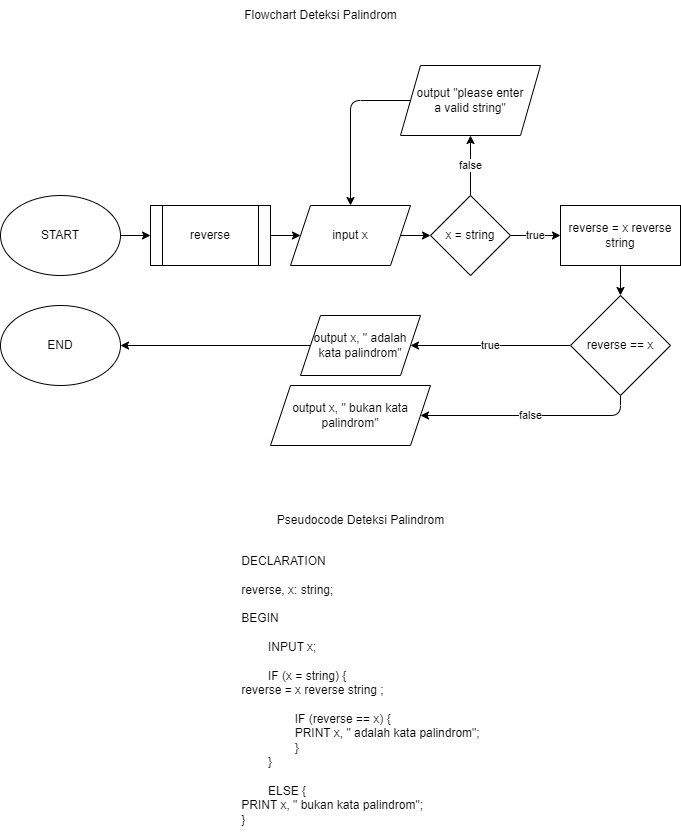
patih1/fwg17-computer-science keeps this draw.io diagram as 6-deteksi palindrom.png. Above is the earlier version. Source tidied: cells renumbered, new cells last; positions are measured from the earlier drawing's top-left corner, leaving out a move shared by most shapes.
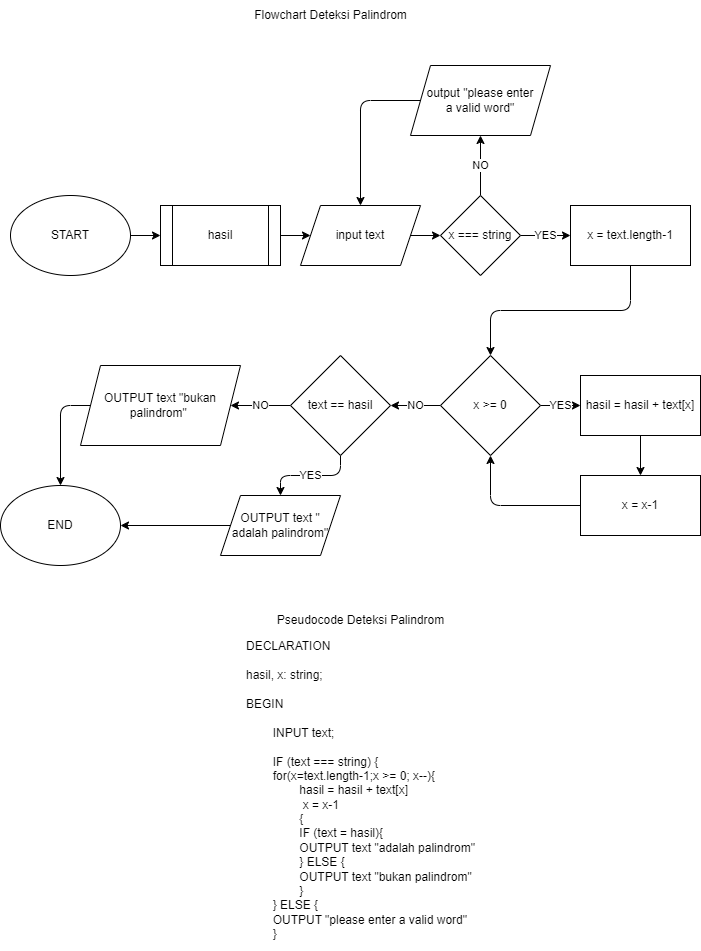
Above is the later version.

Diff of the diagram source:
```diff
@@ -11,28 +11,28 @@
     <mxCell id="4" style="edgeStyle=none;html=1;" parent="1" edge="1" source="5" target="7">
       <mxGeometry relative="1" as="geometry" />
     </mxCell>
-    <mxCell id="5" value="reverse" style="shape=process;whiteSpace=wrap;html=1;backgroundOutline=1;" parent="1" vertex="1">
+    <mxCell id="5" value="hasil" style="shape=process;whiteSpace=wrap;html=1;backgroundOutline=1;" parent="1" vertex="1">
       <mxGeometry x="150" y="205" width="120" height="60" as="geometry" />
     </mxCell>
     <mxCell id="6" style="edgeStyle=none;html=1;" parent="1" edge="1" source="7" target="10">
       <mxGeometry relative="1" as="geometry" />
     </mxCell>
-    <mxCell id="7" value="input x" style="shape=parallelogram;perimeter=parallelogramPerimeter;whiteSpace=wrap;html=1;fixedSize=1;" parent="1" vertex="1">
+    <mxCell id="7" value="input text" style="shape=parallelogram;perimeter=parallelogramPerimeter;whiteSpace=wrap;html=1;fixedSize=1;" parent="1" vertex="1">
       <mxGeometry x="290" y="205" width="120" height="60" as="geometry" />
     </mxCell>
-    <mxCell id="8" value="true" style="edgeStyle=none;html=1;" parent="1" edge="1" source="10" target="12">
+    <mxCell id="8" value="YES" style="edgeStyle=none;html=1;" parent="1" edge="1" source="10" target="12">
       <mxGeometry relative="1" as="geometry" />
     </mxCell>
-    <mxCell id="9" value="false" style="edgeStyle=none;html=1;" parent="1" edge="1" source="10" target="14">
+    <mxCell id="9" value="NO" style="edgeStyle=none;html=1;" parent="1" edge="1" source="10" target="14">
       <mxGeometry relative="1" as="geometry" />
     </mxCell>
-    <mxCell id="10" value="x = string" style="rhombus;whiteSpace=wrap;html=1;" parent="1" vertex="1">
+    <mxCell id="10" value="x === string" style="rhombus;whiteSpace=wrap;html=1;" parent="1" vertex="1">
       <mxGeometry x="430" y="195" width="80" height="80" as="geometry" />
     </mxCell>
-    <mxCell id="11" style="edgeStyle=none;html=1;" parent="1" edge="1" source="12" target="17">
+    <mxCell id="11" style="edgeStyle=orthogonalEdgeStyle;html=1;exitX=0.5;exitY=1;exitDx=0;exitDy=0;entryX=0.5;entryY=0;entryDx=0;entryDy=0;" parent="1" edge="1" source="12" target="17">
       <mxGeometry relative="1" as="geometry" />
     </mxCell>
-    <mxCell id="12" value="reverse = x reverse string" style="whiteSpace=wrap;html=1;" parent="1" vertex="1">
+    <mxCell id="12" value="x = text.length-1" style="whiteSpace=wrap;html=1;" parent="1" vertex="1">
       <mxGeometry x="560" y="205" width="120" height="60" as="geometry" />
     </mxCell>
     <mxCell id="13" style="edgeStyle=none;html=1;exitX=0;exitY=0.5;exitDx=0;exitDy=0;entryX=0.5;entryY=0;entryDx=0;entryDy=0;" parent="1" edge="1" source="14" target="7">
@@ -42,42 +42,66 @@
         </Array>
       </mxGeometry>
     </mxCell>
-    <mxCell id="14" value="output &quot;please enter&lt;br&gt;a valid string&quot;" style="shape=parallelogram;perimeter=parallelogramPerimeter;whiteSpace=wrap;html=1;fixedSize=1;" parent="1" vertex="1">
+    <mxCell id="14" value="output &quot;please enter&lt;br&gt;a valid word&quot;" style="shape=parallelogram;perimeter=parallelogramPerimeter;whiteSpace=wrap;html=1;fixedSize=1;" parent="1" vertex="1">
       <mxGeometry x="400" y="65" width="140" height="70" as="geometry" />
     </mxCell>
-    <mxCell id="15" value="true" style="edgeStyle=none;html=1;" parent="1" edge="1" source="17" target="19">
-      <mxGeometry relative="1" as="geometry" />
-    </mxCell>
-    <mxCell id="16" value="false" style="edgeStyle=none;html=1;exitX=0.5;exitY=1;exitDx=0;exitDy=0;entryX=1;entryY=0.5;entryDx=0;entryDy=0;" parent="1" edge="1" source="17" target="21">
-      <mxGeometry relative="1" as="geometry">
-        <Array as="points">
-          <mxPoint x="620" y="415" />
-        </Array>
-      </mxGeometry>
-    </mxCell>
+    <mxCell id="25" value="YES" style="edgeStyle=orthogonalEdgeStyle;html=1;" parent="1" edge="1" source="17" target="28">
+      <mxGeometry relative="1" as="geometry" />
+    </mxCell>
+    <mxCell id="26" value="NO" style="edgeStyle=orthogonalEdgeStyle;html=1;" parent="1" edge="1" source="17" target="33">
+      <mxGeometry relative="1" as="geometry" />
+    </mxCell>
-    <mxCell id="17" value="reverse == x" style="rhombus;whiteSpace=wrap;html=1;" parent="1" vertex="1">
-      <mxGeometry x="570" y="295" width="100" height="100" as="geometry" />
+    <mxCell id="17" value="x &amp;gt;= 0" style="rhombus;whiteSpace=wrap;html=1;" parent="1" vertex="1">
+      <mxGeometry x="430" y="355" width="100" height="100" as="geometry" />
     </mxCell>
-    <mxCell id="18" style="edgeStyle=none;html=1;exitX=0;exitY=0.5;exitDx=0;exitDy=0;entryX=1;entryY=0.5;entryDx=0;entryDy=0;" parent="1" edge="1" source="19" target="20">
-      <mxGeometry relative="1" as="geometry" />
-    </mxCell>
-    <mxCell id="19" value="output x, &quot; adalah kata palindrom&quot;" style="shape=parallelogram;perimeter=parallelogramPerimeter;whiteSpace=wrap;html=1;fixedSize=1;" parent="1" vertex="1">
-      <mxGeometry x="300" y="315" width="120" height="60" as="geometry" />
-    </mxCell>
     <mxCell id="20" value="END" style="ellipse;whiteSpace=wrap;html=1;" parent="1" vertex="1">
-      <mxGeometry y="305" width="120" height="80" as="geometry" />
+      <mxGeometry x="-10" y="485" width="120" height="80" as="geometry" />
     </mxCell>
-    <mxCell id="21" value="output x, &quot; bukan kata palindrom&quot;" style="shape=parallelogram;perimeter=parallelogramPerimeter;whiteSpace=wrap;html=1;fixedSize=1;" parent="1" vertex="1">
-      <mxGeometry x="270" y="385" width="160" height="60" as="geometry" />
-    </mxCell>
     <mxCell id="22" value="Flowchart Deteksi Palindrom" style="text;html=1;align=center;verticalAlign=middle;strokeColor=none;fillColor=none;" parent="1" vertex="1">
       <mxGeometry x="230" width="180" height="30" as="geometry" />
     </mxCell>
-    <mxCell id="23" value="&lt;div style=&quot;text-align: left;&quot;&gt;&lt;span style=&quot;background-color: initial;&quot;&gt;DECLARATION&lt;/span&gt;&lt;/div&gt;&lt;div style=&quot;text-align: left;&quot;&gt;&lt;span style=&quot;background-color: initial;&quot;&gt;&lt;br&gt;&lt;/span&gt;&lt;/div&gt;&lt;div style=&quot;text-align: left;&quot;&gt;&lt;span style=&quot;background-color: initial;&quot;&gt;reverse, x: string;&lt;/span&gt;&lt;/div&gt;&lt;div style=&quot;text-align: left;&quot;&gt;&lt;span style=&quot;background-color: initial;&quot;&gt;&lt;br&gt;&lt;/span&gt;&lt;/div&gt;&lt;div style=&quot;text-align: left;&quot;&gt;&lt;span style=&quot;background-color: initial;&quot;&gt;BEGIN&lt;/span&gt;&lt;/div&gt;&lt;div style=&quot;text-align: left;&quot;&gt;&lt;span style=&quot;background-color: initial;&quot;&gt;&lt;br&gt;&lt;/span&gt;&lt;/div&gt;&lt;div style=&quot;text-align: left;&quot;&gt;&lt;span style=&quot;background-color: initial;&quot;&gt;&lt;span style=&quot;white-space: pre;&quot;&gt;&#9;&lt;/span&gt;INPUT x;&lt;br&gt;&lt;/span&gt;&lt;/div&gt;&lt;div style=&quot;text-align: left;&quot;&gt;&lt;span style=&quot;background-color: initial;&quot;&gt;&lt;br&gt;&lt;/span&gt;&lt;/div&gt;&lt;div style=&quot;text-align: left;&quot;&gt;&lt;span style=&quot;background-color: initial;&quot;&gt;&lt;span style=&quot;white-space: pre;&quot;&gt;&#9;&lt;/span&gt;IF (x = string) {&lt;br&gt;reverse = x reverse string ;&lt;/span&gt;&lt;/div&gt;&lt;div style=&quot;text-align: left;&quot;&gt;&lt;span style=&quot;background-color: initial;&quot;&gt;&lt;br&gt;&lt;/span&gt;&lt;/div&gt;&lt;div style=&quot;text-align: left;&quot;&gt;&lt;span style=&quot;background-color: initial;&quot;&gt;&lt;span style=&quot;white-space: pre;&quot;&gt;&#9;&lt;span style=&quot;white-space: pre;&quot;&gt;&#9;&lt;/span&gt;&lt;/span&gt;IF (reverse == x) {&lt;/span&gt;&lt;/div&gt;&lt;div style=&quot;text-align: left;&quot;&gt;&lt;span style=&quot;background-color: initial;&quot;&gt;&lt;span style=&quot;white-space: pre;&quot;&gt;&#9;&lt;/span&gt;&lt;span style=&quot;white-space: pre;&quot;&gt;&#9;&lt;/span&gt;PRINT x, &quot; adalah kata palindrom&quot;;&lt;br&gt;&lt;/span&gt;&lt;/div&gt;&lt;div style=&quot;text-align: left;&quot;&gt;&lt;span style=&quot;background-color: initial;&quot;&gt;&lt;span style=&quot;white-space: pre;&quot;&gt;&#9;&lt;span style=&quot;white-space: pre;&quot;&gt;&#9;&lt;/span&gt;&lt;/span&gt;}&lt;br&gt;&lt;span style=&quot;white-space: pre;&quot;&gt;&#9;&lt;/span&gt;}&lt;/span&gt;&lt;/div&gt;&lt;div style=&quot;text-align: left;&quot;&gt;&lt;span style=&quot;background-color: initial;&quot;&gt;&lt;br&gt;&lt;/span&gt;&lt;/div&gt;&lt;div style=&quot;text-align: left;&quot;&gt;&lt;span style=&quot;background-color: initial;&quot;&gt;&lt;span style=&quot;white-space: pre;&quot;&gt;&#9;&lt;/span&gt;ELSE {&lt;/span&gt;&lt;/div&gt;&lt;div style=&quot;text-align: left;&quot;&gt;&lt;span style=&quot;background-color: initial;&quot;&gt;PRINT x, &quot; bukan kata palindrom&quot;;&amp;nbsp;&lt;/span&gt;&lt;/div&gt;&lt;div style=&quot;text-align: left;&quot;&gt;&lt;span style=&quot;background-color: initial;&quot;&gt;}&lt;br&gt;&lt;/span&gt;&lt;/div&gt;" style="text;html=1;align=center;verticalAlign=middle;strokeColor=none;fillColor=none;" parent="1" vertex="1">
-      <mxGeometry x="230" y="545" width="260" height="290" as="geometry" />
+    <mxCell id="23" value="&lt;div style=&quot;text-align: left;&quot;&gt;&lt;span style=&quot;background-color: initial;&quot;&gt;DECLARATION&lt;/span&gt;&lt;/div&gt;&lt;div style=&quot;text-align: left;&quot;&gt;&lt;span style=&quot;background-color: initial;&quot;&gt;&lt;br&gt;&lt;/span&gt;&lt;/div&gt;&lt;div style=&quot;text-align: left;&quot;&gt;&lt;span style=&quot;background-color: initial;&quot;&gt;hasil, x: string;&lt;/span&gt;&lt;/div&gt;&lt;div style=&quot;text-align: left;&quot;&gt;&lt;span style=&quot;background-color: initial;&quot;&gt;&lt;br&gt;&lt;/span&gt;&lt;/div&gt;&lt;div style=&quot;text-align: left;&quot;&gt;&lt;span style=&quot;background-color: initial;&quot;&gt;BEGIN&lt;/span&gt;&lt;/div&gt;&lt;div style=&quot;text-align: left;&quot;&gt;&lt;span style=&quot;background-color: initial;&quot;&gt;&lt;br&gt;&lt;/span&gt;&lt;/div&gt;&lt;div style=&quot;text-align: left;&quot;&gt;&lt;span style=&quot;background-color: initial;&quot;&gt;&lt;span style=&quot;white-space: pre;&quot;&gt;&#9;&lt;/span&gt;INPUT text;&lt;br&gt;&lt;/span&gt;&lt;/div&gt;&lt;div style=&quot;text-align: left;&quot;&gt;&lt;span style=&quot;background-color: initial;&quot;&gt;&lt;br&gt;&lt;/span&gt;&lt;/div&gt;&lt;div style=&quot;text-align: left;&quot;&gt;&lt;span style=&quot;background-color: initial;&quot;&gt;&lt;span style=&quot;white-space: pre;&quot;&gt;&#9;&lt;/span&gt;IF (text === string) {&lt;/span&gt;&lt;/div&gt;&lt;div style=&quot;text-align: left;&quot;&gt;&lt;span style=&quot;background-color: initial;&quot;&gt;&lt;span style=&quot;white-space: pre;&quot;&gt;&#9;&lt;/span&gt;for(x=text.length-1;x &amp;gt;= 0; x--){&lt;/span&gt;&lt;/div&gt;&lt;div style=&quot;text-align: left;&quot;&gt;&lt;span style=&quot;background-color: initial;&quot;&gt;&lt;span style=&quot;white-space: pre;&quot;&gt;&#9;&lt;/span&gt;&lt;span style=&quot;white-space: pre;&quot;&gt;&#9;&lt;/span&gt;hasil = hasil + text[x]&lt;br&gt;&lt;/span&gt;&lt;/div&gt;&lt;div style=&quot;text-align: left;&quot;&gt;&lt;span style=&quot;background-color: initial;&quot;&gt;&lt;span style=&quot;white-space: pre;&quot;&gt;&#9;&lt;span style=&quot;white-space: pre;&quot;&gt;&#9;&lt;/span&gt; &lt;/span&gt;x = x-1&lt;span style=&quot;white-space: pre;&quot;&gt;&#9;&lt;/span&gt;&lt;br&gt;&lt;/span&gt;&lt;/div&gt;&lt;div style=&quot;text-align: left;&quot;&gt;&lt;span style=&quot;background-color: initial;&quot;&gt;&lt;span style=&quot;white-space: pre;&quot;&gt;&#9;&lt;/span&gt;&lt;span style=&quot;white-space: pre;&quot;&gt;&#9;&lt;/span&gt;{&lt;/span&gt;&lt;/div&gt;&lt;div style=&quot;text-align: left;&quot;&gt;&lt;span style=&quot;background-color: initial;&quot;&gt;&lt;span style=&quot;white-space: pre;&quot;&gt;&#9;&lt;/span&gt;&lt;span style=&quot;white-space: pre;&quot;&gt;&#9;&lt;/span&gt;IF (text = hasil){&lt;br&gt;&lt;/span&gt;&lt;/div&gt;&lt;div style=&quot;text-align: left;&quot;&gt;&lt;span style=&quot;background-color: initial;&quot;&gt;&lt;span style=&quot;white-space: pre;&quot;&gt;&#9;&lt;/span&gt;&lt;span style=&quot;white-space: pre;&quot;&gt;&#9;&lt;/span&gt;OUTPUT text &quot;adalah palindrom&quot;&lt;br&gt;&lt;/span&gt;&lt;/div&gt;&lt;div style=&quot;text-align: left;&quot;&gt;&lt;span style=&quot;background-color: initial;&quot;&gt;&lt;span style=&quot;white-space: pre;&quot;&gt;&#9;&lt;/span&gt;&lt;span style=&quot;white-space: pre;&quot;&gt;&#9;&lt;/span&gt;} ELSE {&lt;br&gt;&lt;/span&gt;&lt;/div&gt;&lt;div style=&quot;text-align: left;&quot;&gt;&lt;span style=&quot;background-color: initial;&quot;&gt;&lt;span style=&quot;white-space: pre;&quot;&gt;&#9;&lt;/span&gt;&lt;span style=&quot;white-space: pre;&quot;&gt;&#9;&lt;/span&gt;OUTPUT text &quot;bukan palindrom&quot;&lt;br&gt;&lt;/span&gt;&lt;/div&gt;&lt;div style=&quot;text-align: left;&quot;&gt;&lt;span style=&quot;background-color: initial;&quot;&gt;&lt;span style=&quot;white-space: pre;&quot;&gt;&#9;&lt;/span&gt;&lt;span style=&quot;white-space: pre;&quot;&gt;&#9;&lt;/span&gt;}&lt;br&gt;&lt;/span&gt;&lt;/div&gt;&lt;div style=&quot;text-align: left;&quot;&gt;&lt;span style=&quot;background-color: initial;&quot;&gt;&lt;span style=&quot;white-space: pre;&quot;&gt;&#9;&lt;/span&gt;} ELSE {&lt;br&gt;&lt;/span&gt;&lt;/div&gt;&lt;div style=&quot;text-align: left;&quot;&gt;&lt;span style=&quot;background-color: initial;&quot;&gt;&lt;span style=&quot;white-space: pre;&quot;&gt;&#9;&lt;/span&gt;OUTPUT &quot;please enter a valid word&quot;&lt;br&gt;&lt;/span&gt;&lt;/div&gt;&lt;div style=&quot;text-align: left;&quot;&gt;&lt;span style=&quot;background-color: initial;&quot;&gt;&lt;span style=&quot;white-space: pre;&quot;&gt;&#9;&lt;/span&gt;}&lt;br&gt;&lt;/span&gt;&lt;/div&gt;" style="text;html=1;align=center;verticalAlign=middle;strokeColor=none;fillColor=none;" parent="1" vertex="1">
+      <mxGeometry x="225" y="630" width="250" height="320" as="geometry" />
     </mxCell>
     <mxCell id="24" value="Pseudocode Deteksi Palindrom" style="text;html=1;align=center;verticalAlign=middle;strokeColor=none;fillColor=none;" parent="1" vertex="1">
-      <mxGeometry x="265" y="505" width="190" height="30" as="geometry" />
+      <mxGeometry x="255" y="605" width="190" height="30" as="geometry" />
     </mxCell>
+    <mxCell id="27" style="edgeStyle=orthogonalEdgeStyle;html=1;" parent="1" edge="1" source="28" target="30">
+      <mxGeometry relative="1" as="geometry" />
+    </mxCell>
+    <mxCell id="28" value="hasil = hasil + text[x]" style="rounded=0;whiteSpace=wrap;html=1;" parent="1" vertex="1">
+      <mxGeometry x="570" y="375" width="120" height="60" as="geometry" />
+    </mxCell>
+    <mxCell id="29" style="edgeStyle=orthogonalEdgeStyle;html=1;exitX=0;exitY=0.5;exitDx=0;exitDy=0;entryX=0.5;entryY=1;entryDx=0;entryDy=0;" parent="1" edge="1" source="30" target="17">
+      <mxGeometry relative="1" as="geometry" />
+    </mxCell>
+    <mxCell id="30" value="x = x-1" style="whiteSpace=wrap;html=1;rounded=0;" parent="1" vertex="1">
+      <mxGeometry x="570" y="475" width="120" height="60" as="geometry" />
+    </mxCell>
+    <mxCell id="31" value="YES" style="edgeStyle=orthogonalEdgeStyle;html=1;" parent="1" edge="1" source="33" target="35">
+      <mxGeometry relative="1" as="geometry" />
+    </mxCell>
+    <mxCell id="32" value="NO" style="edgeStyle=orthogonalEdgeStyle;html=1;" parent="1" edge="1" source="33" target="37">
+      <mxGeometry relative="1" as="geometry" />
+    </mxCell>
+    <mxCell id="33" value="text == hasil" style="rhombus;whiteSpace=wrap;html=1;" parent="1" vertex="1">
+      <mxGeometry x="280" y="355" width="100" height="100" as="geometry" />
+    </mxCell>
+    <mxCell id="34" style="edgeStyle=orthogonalEdgeStyle;html=1;exitX=0;exitY=0.5;exitDx=0;exitDy=0;" parent="1" edge="1" source="35" target="20">
+      <mxGeometry relative="1" as="geometry" />
+    </mxCell>
+    <mxCell id="35" value="OUTPUT text &quot; adalah palindrom&quot;" style="shape=parallelogram;perimeter=parallelogramPerimeter;whiteSpace=wrap;html=1;fixedSize=1;" parent="1" vertex="1">
+      <mxGeometry x="210" y="495" width="120" height="60" as="geometry" />
+    </mxCell>
+    <mxCell id="36" style="edgeStyle=orthogonalEdgeStyle;html=1;exitX=0;exitY=0.5;exitDx=0;exitDy=0;entryX=0.5;entryY=0;entryDx=0;entryDy=0;" parent="1" edge="1" source="37" target="20">
+      <mxGeometry relative="1" as="geometry">
+        <Array as="points">
+          <mxPoint x="50" y="405" />
+        </Array>
+      </mxGeometry>
+    </mxCell>
+    <mxCell id="37" value="OUTPUT text &quot;bukan palindrom&quot;&amp;nbsp;" style="shape=parallelogram;perimeter=parallelogramPerimeter;whiteSpace=wrap;html=1;fixedSize=1;" parent="1" vertex="1">
+      <mxGeometry x="70" y="365" width="160" height="80" as="geometry" />
+    </mxCell>
   </root>
 </mxGraphModel>
```
